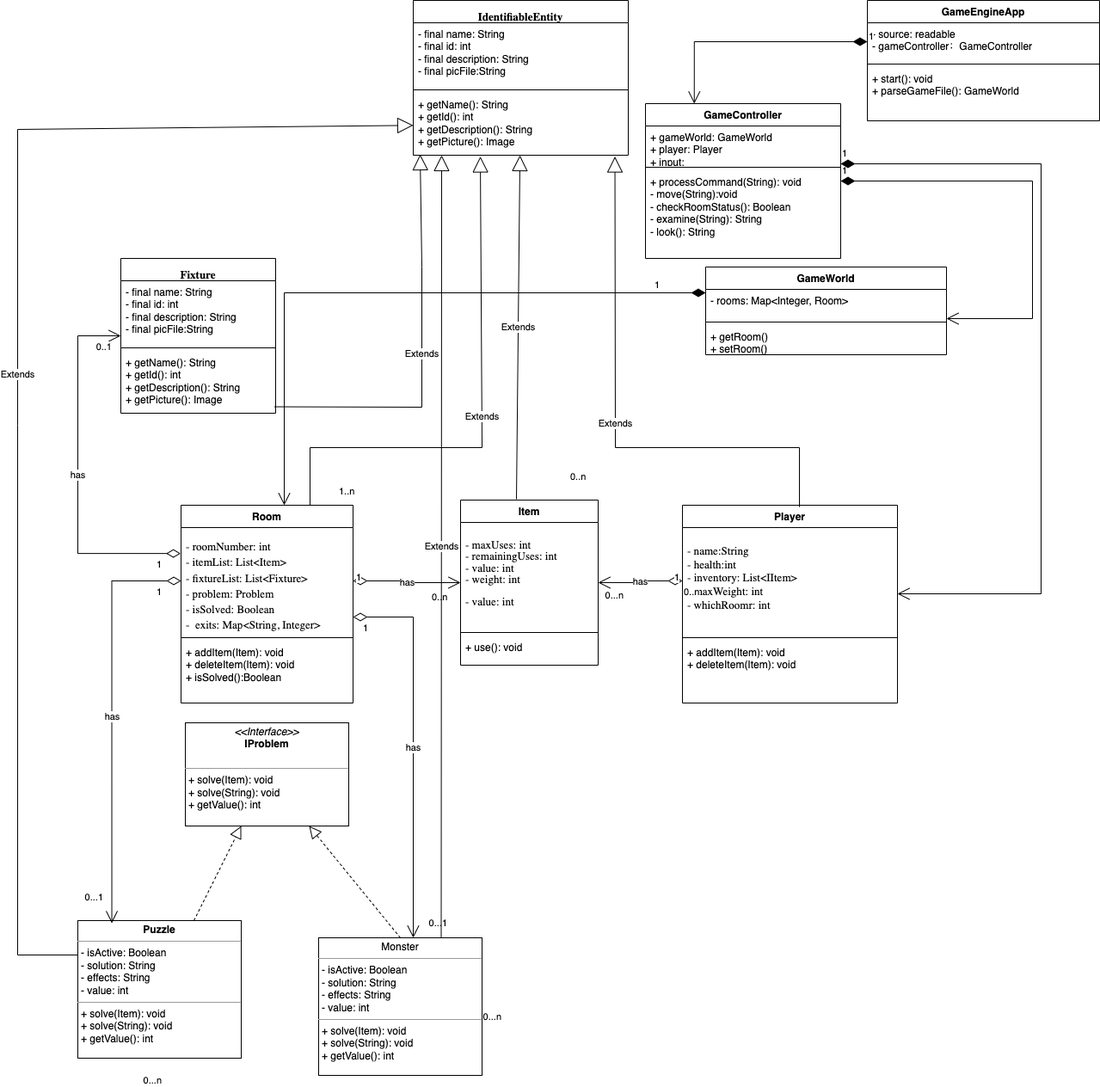
thomaszhang2661/RoomRunner keeps this draw.io diagram as docs/hw7_class.png. Above is the earlier version. Source tidied: cells renumbered, new cells last; positions are measured from the earlier drawing's top-left corner, leaving out a move shared by most shapes.
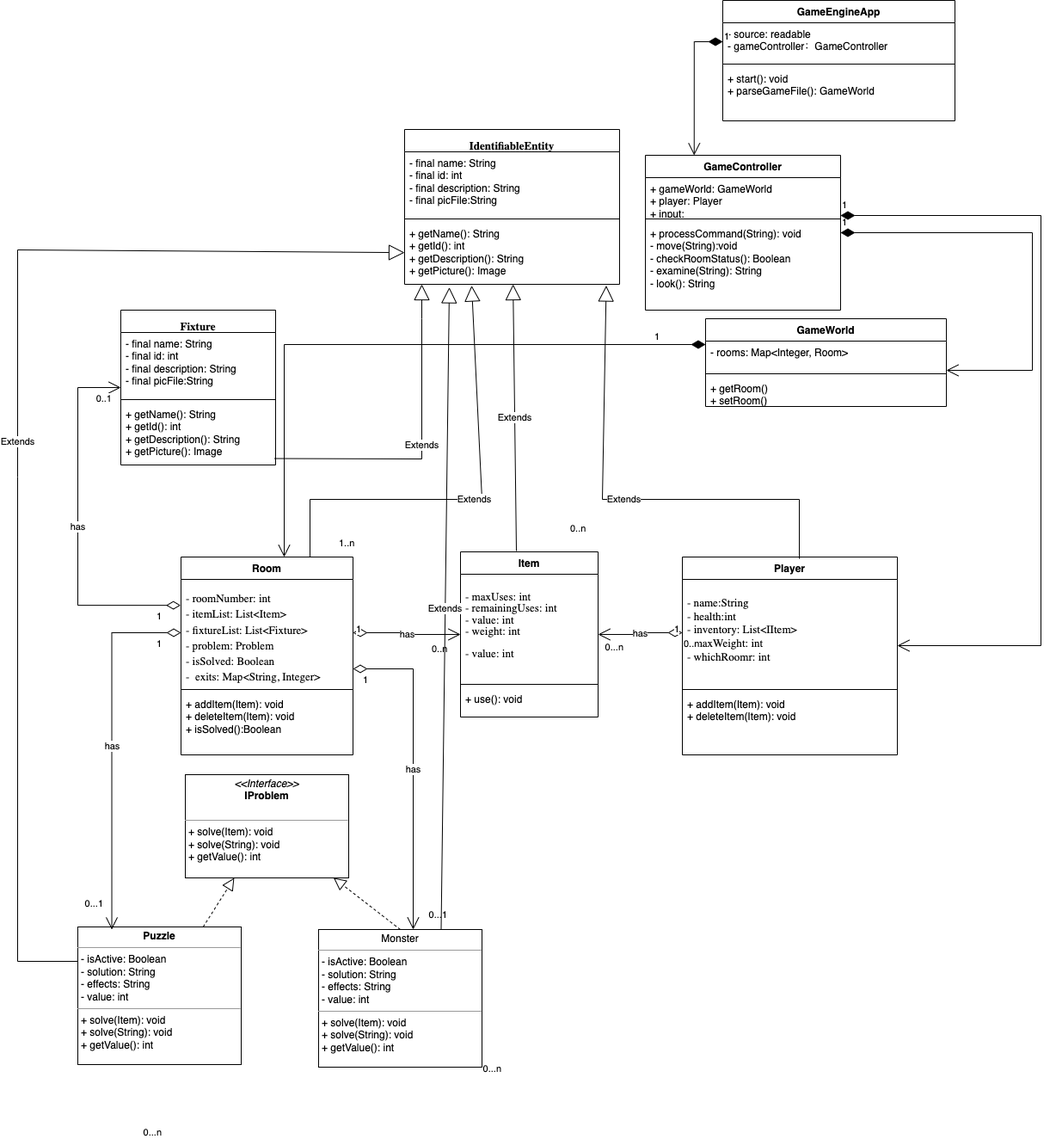
After the commit.

Commit message:
update class uml according to sequence

Diff of the diagram source:
```diff
@@ -3,7 +3,7 @@
     <mxCell id="0" />
     <mxCell id="1" parent="0" />
     <mxCell id="2" value="GameEngineApp" style="swimlane;fontStyle=1;align=center;verticalAlign=top;horizontal=1;startSize=26;whiteSpace=wrap;html=1;" parent="1" vertex="1">
-      <mxGeometry x="988" width="270" height="140" as="geometry" />
+      <mxGeometry x="820" y="-60" width="270" height="140" as="geometry" />
     </mxCell>
     <mxCell id="3" value="- source: readable&lt;br&gt;- gameController：GameController" style="text;strokeColor=none;fillColor=none;align=left;verticalAlign=top;spacingLeft=4;spacingRight=4;overflow=hidden;points=[[0,0.5],[1,0.5]];portConstraint=eastwest;whiteSpace=wrap;html=1;" parent="2" vertex="1">
       <mxGeometry y="26" width="270" height="44" as="geometry" />
@@ -91,7 +91,7 @@
       <mxGeometry x="400" y="658" as="geometry" />
     </mxCell>
     <mxCell id="30" value="&lt;div style=&quot;line-height: 0%;&quot;&gt;&lt;pre style=&quot;font-family: &amp;quot;.AppleSystemUIFont&amp;quot;; font-size: 9.8pt; line-height: 0%;&quot;&gt;IdentifiableEntity&lt;/pre&gt;&lt;/div&gt;" style="swimlane;fontStyle=1;align=center;verticalAlign=top;horizontal=1;startSize=26;whiteSpace=wrap;html=1;" parent="1" vertex="1">
-      <mxGeometry x="460" width="250" height="180" as="geometry" />
+      <mxGeometry x="450" y="90" width="250" height="180" as="geometry" />
     </mxCell>
     <mxCell id="31" value="- final name: String&lt;br&gt;- final&amp;nbsp;id: int&lt;br&gt;- final description: String&lt;br&gt;- final picFile:String" style="text;strokeColor=none;fillColor=none;align=left;verticalAlign=top;spacingLeft=4;spacingRight=4;overflow=hidden;whiteSpace=wrap;html=1;" parent="30" vertex="1">
       <mxGeometry y="26" width="250" height="74" as="geometry" />
@@ -119,7 +119,7 @@
       <mxGeometry relative="1" as="geometry">
         <Array as="points">
           <mxPoint x="909" y="520" />
-          <mxPoint x="695" y="520" />
+          <mxPoint x="680" y="520" />
         </Array>
       </mxGeometry>
     </mxCell>
@@ -130,10 +130,10 @@
       <mxGeometry relative="1" as="geometry" />
     </mxCell>
     <mxCell id="39" value="&lt;p style=&quot;margin:0px;margin-top:4px;text-align:center;&quot;&gt;Monster&lt;/p&gt;&lt;hr size=&quot;1&quot;&gt;&lt;p style=&quot;margin:0px;margin-left:4px;&quot;&gt;- isActive: Boolean&lt;br&gt;- solution: String&lt;/p&gt;&lt;p style=&quot;margin:0px;margin-left:4px;&quot;&gt;-&amp;nbsp;effects: String&lt;/p&gt;&lt;p style=&quot;margin:0px;margin-left:4px;&quot;&gt;- value: int&lt;/p&gt;&lt;hr size=&quot;1&quot;&gt;&lt;p style=&quot;margin:0px;margin-left:4px;&quot;&gt;+ solve(Item): void&lt;br&gt;+ solve(String): void&lt;/p&gt;&lt;p style=&quot;margin:0px;margin-left:4px;&quot;&gt;+ getValue(): int&lt;br&gt;&lt;/p&gt;" style="verticalAlign=top;align=left;overflow=fill;fontSize=12;fontFamily=Helvetica;html=1;whiteSpace=wrap;" parent="1" vertex="1">
-      <mxGeometry x="350" y="1090" width="190" height="160" as="geometry" />
+      <mxGeometry x="350" y="1020" width="190" height="160" as="geometry" />
     </mxCell>
     <mxCell id="40" value="&lt;p style=&quot;margin:0px;margin-top:4px;text-align:center;&quot;&gt;&lt;b&gt;Puzzle&lt;/b&gt;&lt;/p&gt;&lt;hr size=&quot;1&quot;&gt;&lt;p style=&quot;margin:0px;margin-left:4px;&quot;&gt;- isActive: Boolean&lt;br&gt;- solution: String&lt;/p&gt;&lt;p style=&quot;margin:0px;margin-left:4px;&quot;&gt;-&amp;nbsp;effects: String&lt;/p&gt;&lt;p style=&quot;margin:0px;margin-left:4px;&quot;&gt;- value: int&lt;/p&gt;&lt;hr size=&quot;1&quot;&gt;&lt;p style=&quot;margin:0px;margin-left:4px;&quot;&gt;+ solve(Item): void&lt;br&gt;+ solve(String): void&lt;/p&gt;&lt;p style=&quot;margin:0px;margin-left:4px;&quot;&gt;+ getValue(): int&lt;br&gt;&lt;/p&gt;" style="verticalAlign=top;align=left;overflow=fill;fontSize=12;fontFamily=Helvetica;html=1;whiteSpace=wrap;" parent="1" vertex="1">
-      <mxGeometry x="70" y="1070" width="190" height="160" as="geometry" />
+      <mxGeometry x="70" y="1017" width="190" height="160" as="geometry" />
     </mxCell>
     <mxCell id="41" style="endArrow=block;dashed=1;endFill=0;endSize=12;html=1;rounded=0;" parent="1" edge="1" source="40" target="37">
       <mxGeometry relative="1" as="geometry" />
@@ -202,7 +202,7 @@
     </mxCell>
     <mxCell id="54" value="Extends" style="endArrow=block;endSize=16;endFill=0;html=1;rounded=0;exitX=0.992;exitY=0.896;exitDx=0;exitDy=0;exitPerimeter=0;" parent="1" edge="1" source="58">
       <mxGeometry relative="1" as="geometry">
-        <mxPoint x="468" y="179" as="targetPoint" />
+        <mxPoint x="470" y="270" as="targetPoint" />
         <Array as="points">
           <mxPoint x="470" y="473" />
           <mxPoint x="470" y="310" />
@@ -239,17 +239,15 @@
         <mxPoint x="-10" as="offset" />
       </mxGeometry>
     </mxCell>
-    <mxCell id="62" value="Extends" style="endArrow=block;endSize=16;endFill=0;html=1;rounded=0;exitX=0.75;exitY=0;exitDx=0;exitDy=0;" parent="1" edge="1" source="39">
-      <mxGeometry relative="1" as="geometry">
-        <mxPoint x="493" y="180" as="targetPoint" />
-      </mxGeometry>
+    <mxCell id="62" value="Extends" style="endArrow=block;endSize=16;endFill=0;html=1;rounded=0;exitX=0.75;exitY=0;exitDx=0;exitDy=0;entryX=0.208;entryY=1.049;entryDx=0;entryDy=0;entryPerimeter=0;" parent="1" edge="1" source="39" target="33">
+      <mxGeometry relative="1" as="geometry" />
     </mxCell>
     <mxCell id="63" value="Extends" style="endArrow=block;endSize=16;endFill=0;html=1;rounded=0;exitX=0;exitY=0.25;exitDx=0;exitDy=0;" parent="1" edge="1" source="40" target="33">
       <mxGeometry relative="1" as="geometry">
         <Array as="points">
-          <mxPoint y="1110" />
+          <mxPoint y="1057" />
           <mxPoint y="494" />
-          <mxPoint y="150" />
+          <mxPoint y="230" />
         </Array>
       </mxGeometry>
     </mxCell>
```
